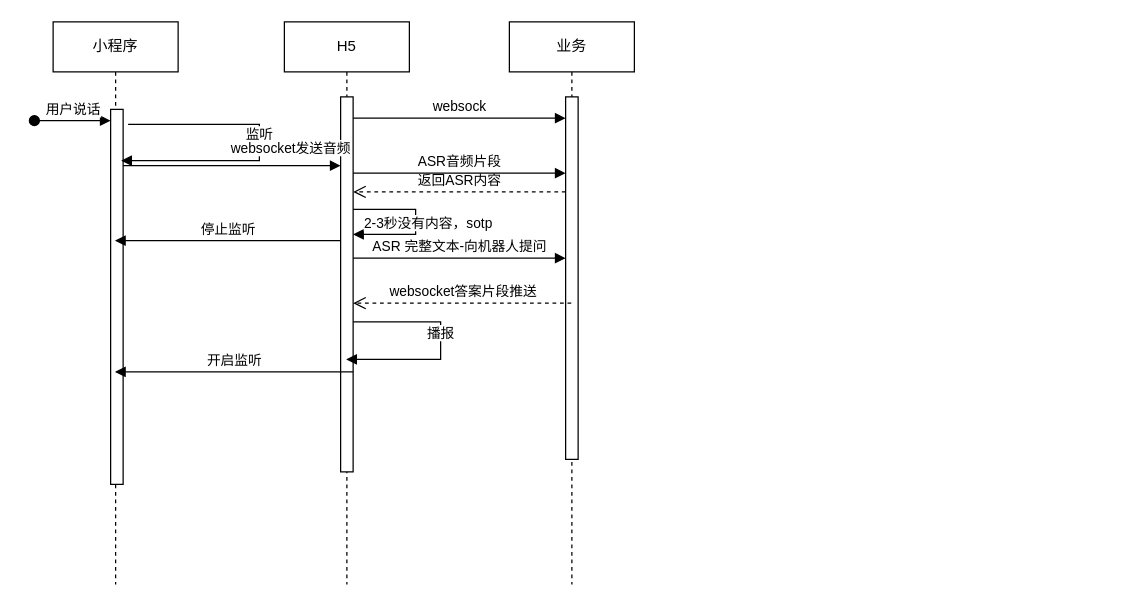
This is 未命名绘图.drawio from zhuxuchao/zhuxuchao.github.io, a draw.io file, before an edit. Source tidied: cells renumbered, new cells numbered last; positions are measured from the earlier drawing's top-left corner, leaving out a move shared by most shapes. Both pictures are drawn from the tidied source at 125%, with x=0, y=0 at pixel (34, 21).
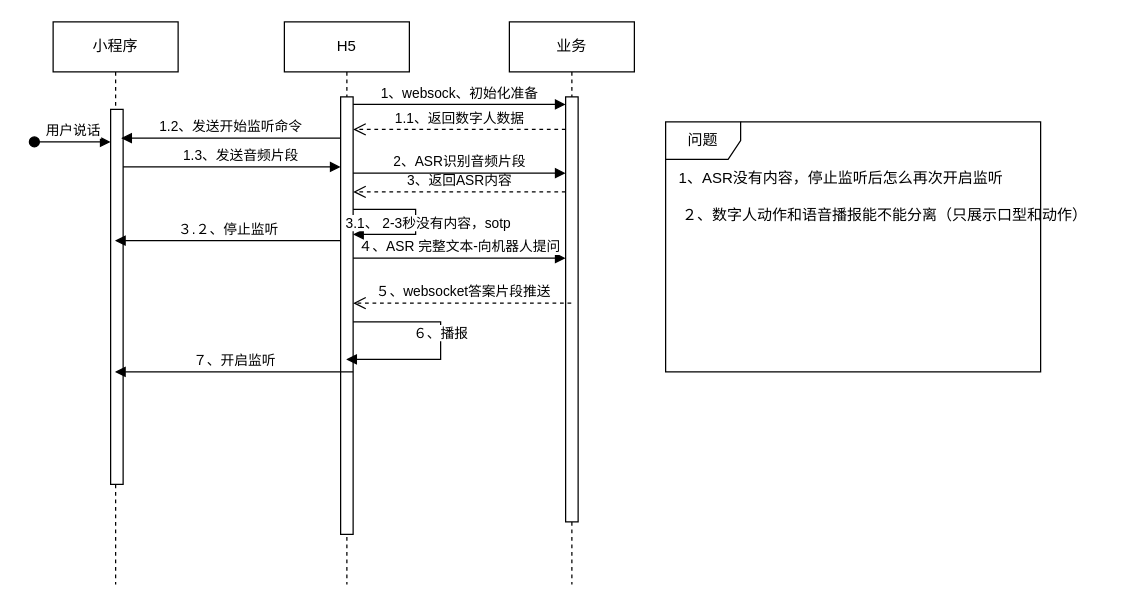
The same page after the edit.

Commit message:
更新未命名绘图.drawio

The change refers to these unchanged cells:
```xml
<mxCell id="2" value="小程序" style="shape=umlLifeline;perimeter=lifelinePerimeter;whiteSpace=wrap;html=1;newEdgeStyle={&quot;edgeStyle&quot;:&quot;elbowEdgeStyle&quot;,&quot;elbow&quot;:&quot;vertical&quot;,&quot;curved&quot;:0,&quot;rounded&quot;:0};" parent="1" vertex="1">
  <mxGeometry x="15" width="100" height="450" as="geometry" />
</mxCell>
<mxCell id="5" value="H5" style="shape=umlLifeline;perimeter=lifelinePerimeter;whiteSpace=wrap;html=1;outlineConnect=0;portConstraint=eastwest;newEdgeStyle={&quot;edgeStyle&quot;:&quot;elbowEdgeStyle&quot;,&quot;elbow&quot;:&quot;vertical&quot;,&quot;curved&quot;:0,&quot;rounded&quot;:0};" parent="1" vertex="1">
  <mxGeometry x="200" width="100" height="450" as="geometry" />
</mxCell>
<mxCell id="7" value="业务" style="shape=umlLifeline;perimeter=lifelinePerimeter;whiteSpace=wrap;html=1;outlineConnect=0;portConstraint=eastwest;newEdgeStyle={&quot;edgeStyle&quot;:&quot;elbowEdgeStyle&quot;,&quot;elbow&quot;:&quot;vertical&quot;,&quot;curved&quot;:0,&quot;rounded&quot;:0};" parent="1" vertex="1">
  <mxGeometry x="380" width="100" height="450" as="geometry" />
</mxCell>
```

The edit, as a diff of the source:
```diff
@@
     <mxCell id="4" value="用户说话" style="html=1;verticalAlign=bottom;startArrow=oval;endArrow=block;startSize=8;edgeStyle=elbowEdgeStyle;elbow=vertical;curved=0;rounded=0;" parent="2" edge="1">
       <mxGeometry relative="1" as="geometry">
-        <mxPoint x="-15" y="79" as="sourcePoint" />
-        <mxPoint x="46" y="79" as="targetPoint" />
+        <mxPoint x="-15" y="96" as="sourcePoint" />
+        <mxPoint x="46" y="96" as="targetPoint" />
       </mxGeometry>
     </mxCell>
@@
     <mxCell id="6" style="html=1;points=[];perimeter=orthogonalPerimeter;outlineConnect=0;targetShapes=umlLifeline;portConstraint=eastwest;newEdgeStyle={&quot;edgeStyle&quot;:&quot;elbowEdgeStyle&quot;,&quot;elbow&quot;:&quot;vertical&quot;,&quot;curved&quot;:0,&quot;rounded&quot;:0};" parent="5" vertex="1">
-      <mxGeometry x="45" y="60" width="10" height="300" as="geometry" />
+      <mxGeometry x="45" y="60" width="10" height="350" as="geometry" />
     </mxCell>
@@
     <mxCell id="8" style="html=1;perimeter=orthogonalPerimeter;targetShapes=umlLifeline;newEdgeStyle={&quot;edgeStyle&quot;:&quot;elbowEdgeStyle&quot;,&quot;elbow&quot;:&quot;vertical&quot;,&quot;curved&quot;:0,&quot;rounded&quot;:0};" parent="7" vertex="1">
-      <mxGeometry x="45" y="60" width="10" height="290" as="geometry" />
+      <mxGeometry x="45" y="60" width="10" height="340" as="geometry" />
     </mxCell>
-    <mxCell id="9" value="监听" style="html=1;verticalAlign=bottom;endArrow=block;edgeStyle=elbowEdgeStyle;elbow=horizontal;curved=0;rounded=0;" parent="1" edge="1">
+    <mxCell id="9" value="1.2、发送开始监听命令" style="html=1;verticalAlign=bottom;endArrow=block;edgeStyle=elbowEdgeStyle;elbow=horizontal;curved=0;rounded=0;" parent="1" edge="1">
       <mxGeometry relative="1" as="geometry">
-        <mxPoint x="75" y="82" as="sourcePoint" />
-        <mxPoint x="69.5" y="111" as="targetPoint" />
+        <mxPoint x="245" y="93" as="sourcePoint" />
+        <mxPoint x="69.5" y="93" as="targetPoint" />
         <Array as="points">
-          <mxPoint x="180" y="111" />
+          <mxPoint x="180" y="93" />
         </Array>
       </mxGeometry>
     </mxCell>
-    <mxCell id="10" value="websock" style="html=1;verticalAlign=bottom;endArrow=block;curved=0;rounded=0;" parent="1" edge="1" source="6">
+    <mxCell id="10" value="1、websock、初始化准备" style="html=1;verticalAlign=bottom;endArrow=block;curved=0;rounded=0;" parent="1" edge="1">
       <mxGeometry relative="1" as="geometry">
-        <mxPoint x="425" y="77" as="targetPoint" />
+        <mxPoint x="255" y="66" as="sourcePoint" />
+        <mxPoint x="425" y="66" as="targetPoint" />
       </mxGeometry>
     </mxCell>
-    <mxCell id="11" value="websocket发送音频" style="html=1;verticalAlign=bottom;endArrow=block;curved=0;rounded=0;" parent="1" edge="1">
-      <mxGeometry x="0.54" y="5" relative="1" as="geometry">
-        <mxPoint x="71" y="115" as="sourcePoint" />
-        <mxPoint x="245" y="115" as="targetPoint" />
+    <mxCell id="11" value="1.3、发送音频片段" style="html=1;verticalAlign=bottom;endArrow=block;curved=0;rounded=0;" parent="1" edge="1">
+      <mxGeometry x="0.08" relative="1" as="geometry">
+        <mxPoint x="71" y="116" as="sourcePoint" />
+        <mxPoint x="245" y="116" as="targetPoint" />
       </mxGeometry>
     </mxCell>
-    <mxCell id="12" value="返回ASR内容" style="html=1;verticalAlign=bottom;endArrow=open;dashed=1;endSize=8;curved=0;rounded=0;" parent="1" edge="1" target="6">
+    <mxCell id="12" value="3、返回ASR内容" style="html=1;verticalAlign=bottom;endArrow=open;dashed=1;endSize=8;curved=0;rounded=0;" parent="1" edge="1" target="6">
       <mxGeometry relative="1" as="geometry">
         <mxPoint x="425" y="136" as="sourcePoint" />
       </mxGeometry>
     </mxCell>
-    <mxCell id="13" value="ASR 完整文本-向机器人提问" style="html=1;verticalAlign=bottom;endArrow=block;curved=0;rounded=0;" parent="1" edge="1">
+    <mxCell id="13" value="４、ASR 完整文本-向机器人提问" style="html=1;verticalAlign=bottom;endArrow=block;curved=0;rounded=0;" parent="1" edge="1">
       <mxGeometry relative="1" as="geometry">
         <mxPoint x="255" y="189" as="sourcePoint" />
         <mxPoint x="425" y="189" as="targetPoint" />
       </mxGeometry>
     </mxCell>
-    <mxCell id="14" value="websocket答案片段推送" style="html=1;verticalAlign=bottom;endArrow=open;dashed=1;endSize=8;curved=0;rounded=0;" parent="1" edge="1" source="7">
+    <mxCell id="14" value="５、websocket答案片段推送" style="html=1;verticalAlign=bottom;endArrow=open;dashed=1;endSize=8;curved=0;rounded=0;" parent="1" edge="1" source="7">
       <mxGeometry relative="1" as="geometry">
         <mxPoint x="255" y="225" as="targetPoint" />
       </mxGeometry>
     </mxCell>
-    <mxCell id="15" value="ASR音频片段" style="html=1;verticalAlign=bottom;endArrow=block;curved=0;rounded=0;" parent="1" edge="1">
+    <mxCell id="15" value="2、ASR识别音频片段" style="html=1;verticalAlign=bottom;endArrow=block;curved=0;rounded=0;" parent="1" edge="1">
       <mxGeometry relative="1" as="geometry">
         <mxPoint x="255" y="121" as="sourcePoint" />
         <mxPoint x="425" y="121" as="targetPoint" />
       </mxGeometry>
     </mxCell>
-    <mxCell id="16" value="2-3秒没有内容，sotp" style="html=1;verticalAlign=bottom;endArrow=block;curved=0;rounded=0;" parent="1" edge="1">
+    <mxCell id="16" value="3.1、 2-3秒没有内容，sotp" style="html=1;verticalAlign=bottom;endArrow=block;curved=0;rounded=0;" parent="1" edge="1">
       <mxGeometry x="0.17" y="-10" relative="1" as="geometry">
         <mxPoint x="255" y="150" as="sourcePoint" />
         <mxPoint x="255" y="170" as="targetPoint" />
         <Array as="points">
           <mxPoint x="305" y="150" />
           <mxPoint x="305" y="170" />
         </Array>
         <mxPoint x="10" y="10" as="offset" />
       </mxGeometry>
     </mxCell>
-    <mxCell id="17" value="停止监听" style="html=1;verticalAlign=bottom;endArrow=block;curved=0;rounded=0;" parent="1" edge="1">
+    <mxCell id="17" value="３.２、停止监听" style="html=1;verticalAlign=bottom;endArrow=block;curved=0;rounded=0;" parent="1" edge="1">
       <mxGeometry relative="1" as="geometry">
         <mxPoint x="245" y="175" as="sourcePoint" />
         <mxPoint x="64.5" y="175" as="targetPoint" />
       </mxGeometry>
     </mxCell>
-    <mxCell id="18" value="播报" style="html=1;verticalAlign=bottom;endArrow=block;curved=0;rounded=0;" parent="1" edge="1" target="5">
+    <mxCell id="18" value="６、播报" style="html=1;verticalAlign=bottom;endArrow=block;curved=0;rounded=0;" parent="1" edge="1" target="5">
       <mxGeometry relative="1" as="geometry">
         <mxPoint x="255" y="240" as="sourcePoint" />
         <Array as="points">
           <mxPoint x="325" y="240" />
           <mxPoint x="325" y="270" />
         </Array>
       </mxGeometry>
     </mxCell>
-    <mxCell id="19" value="开启监听" style="html=1;verticalAlign=bottom;endArrow=block;curved=0;rounded=0;" parent="1" edge="1">
+    <mxCell id="19" value="７、开启监听" style="html=1;verticalAlign=bottom;endArrow=block;curved=0;rounded=0;" parent="1" edge="1">
       <mxGeometry relative="1" as="geometry">
         <mxPoint x="255" y="280" as="sourcePoint" />
         <mxPoint x="64.5" y="280" as="targetPoint" />
       </mxGeometry>
     </mxCell>
+    <mxCell id="20" value="问题" style="shape=umlFrame;whiteSpace=wrap;html=1;" parent="1" vertex="1">
+      <mxGeometry x="505" y="80" width="300" height="200" as="geometry" />
+    </mxCell>
+    <mxCell id="21" value="1、ASR没有内容，停止监听后怎么再次开启监听" style="text;html=1;align=center;verticalAlign=middle;strokeColor=none;fillColor=none;" parent="1" vertex="1">
+      <mxGeometry x="505" y="110" width="280" height="30" as="geometry" />
+    </mxCell>
+    <mxCell id="22" value="２、数字人动作和语音播报能不能分离（只展示口型和动作）" style="text;html=1;align=center;verticalAlign=middle;strokeColor=none;fillColor=none;" parent="1" vertex="1">
+      <mxGeometry x="505" y="140" width="350" height="30" as="geometry" />
+    </mxCell>
+    <mxCell id="23" value="1.1、返回数字人数据" style="html=1;verticalAlign=bottom;endArrow=open;dashed=1;endSize=8;curved=0;rounded=0;" parent="1" edge="1">
+      <mxGeometry relative="1" as="geometry">
+        <mxPoint x="425" y="86" as="sourcePoint" />
+        <mxPoint x="255" y="86" as="targetPoint" />
+      </mxGeometry>
+    </mxCell>
```
